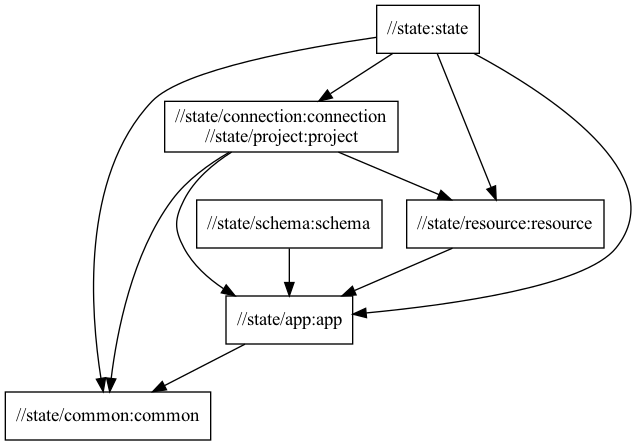
Above: docs/state-package-structure.png in typedb/typedb-studio (Graphviz), before the change. Its source is kept beside it as docs/state-package-structure.dot.
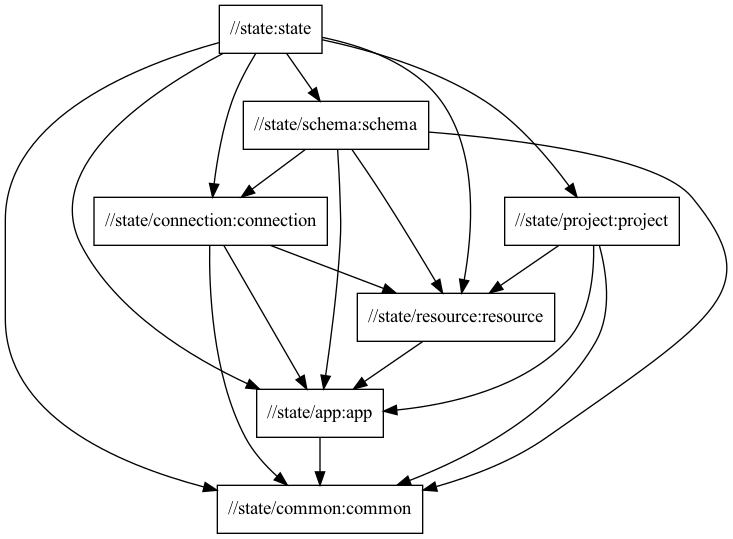
The same file after the commit.

Diff of the diagram source:
```diff
@@ -3,16 +3,25 @@
   "//state:state"
   "//state:state" -> "//state/app:app"
   "//state:state" -> "//state/common:common"
-  "//state:state" -> "//state/connection:connection\n//state/project:project"
+  "//state:state" -> "//state/connection:connection"
+  "//state:state" -> "//state/project:project"
   "//state:state" -> "//state/resource:resource"
-  "//state/connection:connection\n//state/project:project"
-  "//state/connection:connection\n//state/project:project" -> "//state/app:app"
-  "//state/connection:connection\n//state/project:project" -> "//state/common:common"
-  "//state/connection:connection\n//state/project:project" -> "//state/resource:resource"
+  "//state:state" -> "//state/schema:schema"
+  "//state/schema:schema"
+  "//state/schema:schema" -> "//state/app:app"
+  "//state/schema:schema" -> "//state/common:common"
+  "//state/schema:schema" -> "//state/connection:connection"
+  "//state/schema:schema" -> "//state/resource:resource"
+  "//state/project:project"
+  "//state/project:project" -> "//state/app:app"
+  "//state/project:project" -> "//state/common:common"
+  "//state/project:project" -> "//state/resource:resource"
+  "//state/connection:connection"
+  "//state/connection:connection" -> "//state/app:app"
+  "//state/connection:connection" -> "//state/common:common"
+  "//state/connection:connection" -> "//state/resource:resource"
   "//state/resource:resource"
   "//state/resource:resource" -> "//state/app:app"
-  "//state/schema:schema"
-  "//state/schema:schema" -> "//state/app:app"
   "//state/app:app"
   "//state/app:app" -> "//state/common:common"
   "//state/common:common"
```
